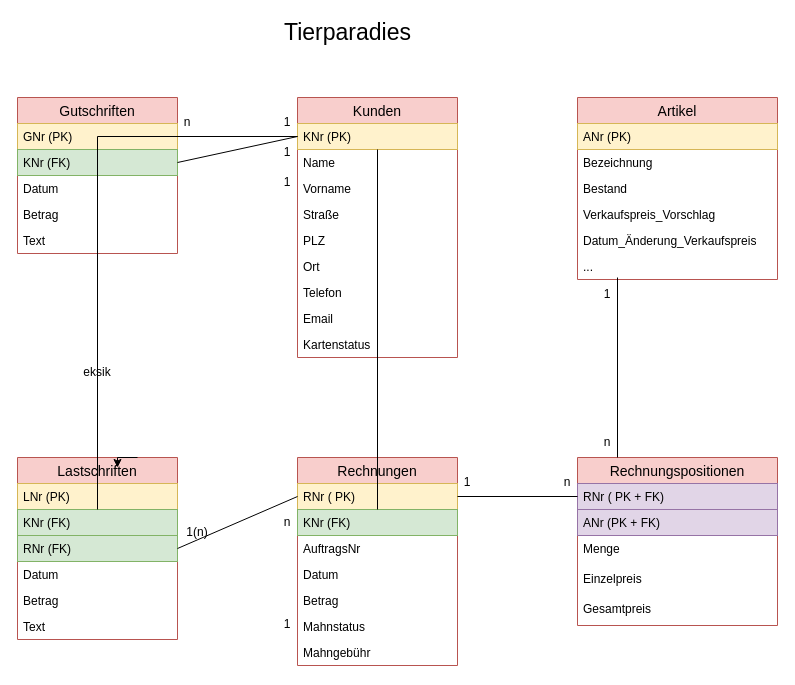
Before: Tierparadies (Aufgaben-Vorlage).drawio in gulerzenginkisaoglu-7838/drawio-diagramme, a draw.io diagram. Source tidied: cells renumbered, new cells numbered last; positions are measured from the earlier drawing's top-left corner, leaving out a move shared by most shapes. Both pictures are drawn from the tidied source at 100%, with x=0, y=0 at pixel (17, 17).
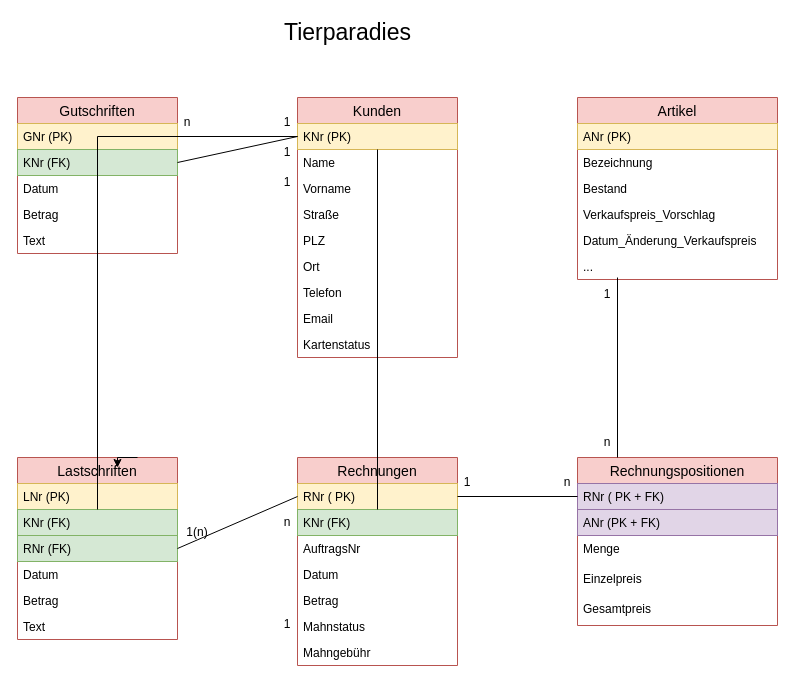
Above is the later version.

What changed in the source:
```diff
@@
-    <mxCell id="65" value="eksik" style="text;html=1;whiteSpace=wrap;strokeColor=none;fillColor=none;align=center;verticalAlign=middle;rounded=0;" parent="1" vertex="1">
-      <mxGeometry x="50" y="340" width="60" height="30" as="geometry" />
-    </mxCell>
```
